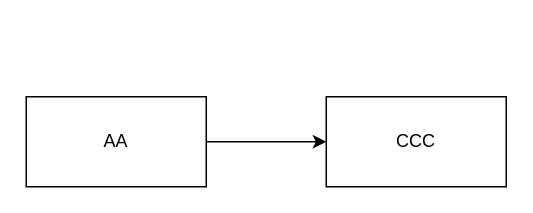
Earlier version of the draw.io diagram 测试流程.drawio (zhangwenhuad/visio). Source tidied: cells renumbered, new cells numbered last; positions are measured from the earlier drawing's top-left corner, leaving out a move shared by most shapes. Both pictures are drawn from the tidied source at 150%, with x=0, y=0 at pixel (26, 96).
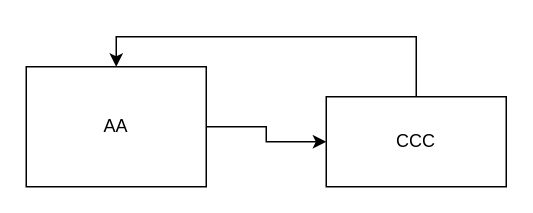
The same diagram, later.

Diff of the diagram source:
```diff
@@
 <mxGraphModel>
   <root>
     <mxCell id="0" />
     <mxCell id="1" parent="0" />
     <mxCell id="2" style="edgeStyle=orthogonalEdgeStyle;rounded=0;jettySize=auto;html=1;" parent="1" edge="1" source="3" target="4">
       <mxGeometry relative="1" as="geometry" />
     </mxCell>
     <mxCell id="3" value="AA" style="rounded=0;whiteSpace=wrap;html=1;" parent="1" vertex="1">
-      <mxGeometry width="120" height="60" as="geometry" />
+      <mxGeometry y="-20" width="120" height="80" as="geometry" />
     </mxCell>
+    <mxCell id="5" style="edgeStyle=orthogonalEdgeStyle;rounded=0;jettySize=auto;html=1;exitX=0.5;exitY=0;exitDx=0;exitDy=0;entryX=0.5;entryY=0;entryDx=0;entryDy=0;" parent="1" edge="1" source="4" target="3">
+      <mxGeometry relative="1" as="geometry" />
+    </mxCell>
     <mxCell id="4" value="CCC" style="rounded=0;whiteSpace=wrap;html=1;" parent="1" vertex="1">
       <mxGeometry x="200" width="120" height="60" as="geometry" />
     </mxCell>
   </root>
 </mxGraphModel>
```
